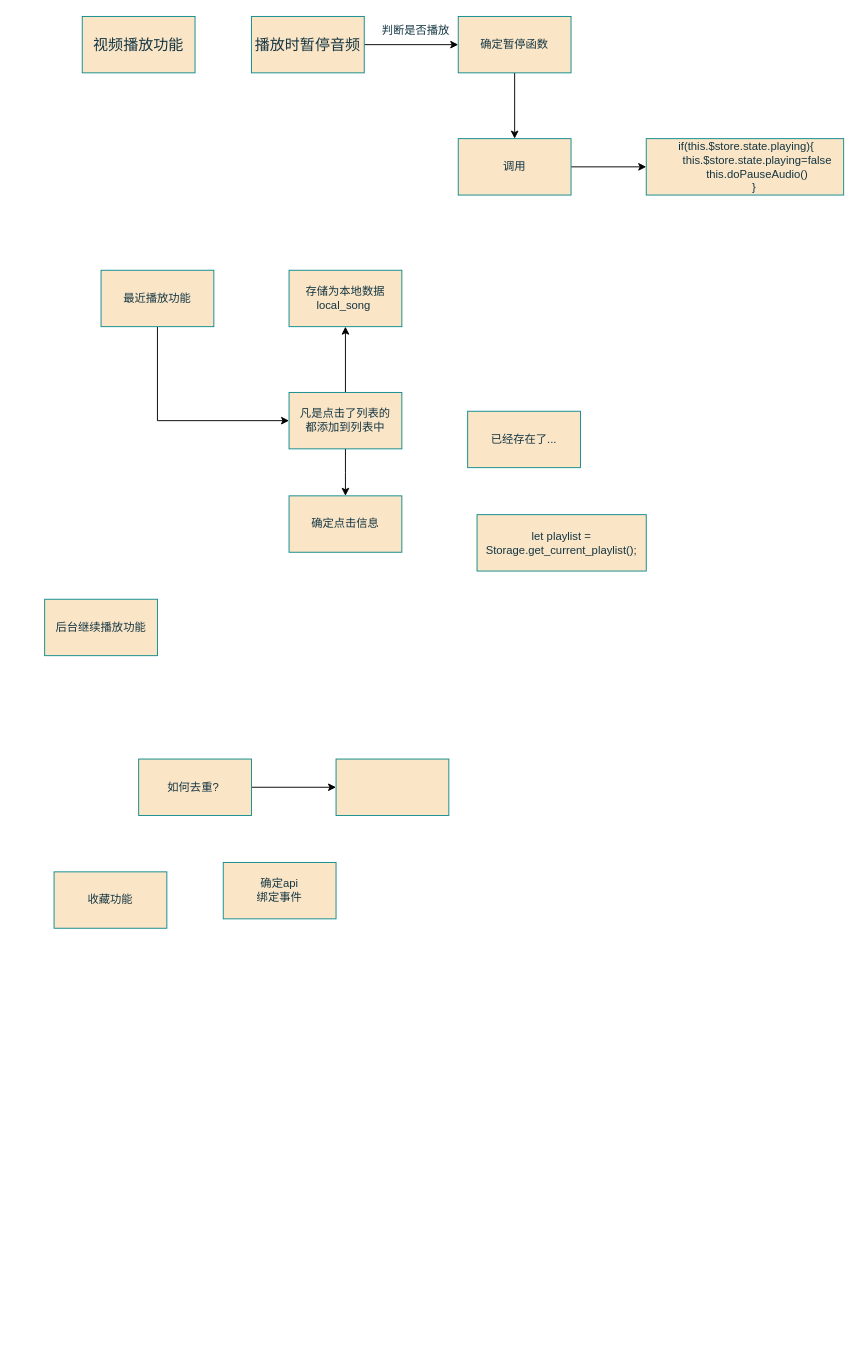
Earlier version of the draw.io diagram 项目实践.drawio (includexhg/include.github.io). Source tidied: cells renumbered, new cells numbered last; positions are measured from the earlier drawing's top-left corner, leaving out a move shared by most shapes. Both pictures are drawn from the tidied source at 94%, with x=0, y=0 at pixel (44, 16).
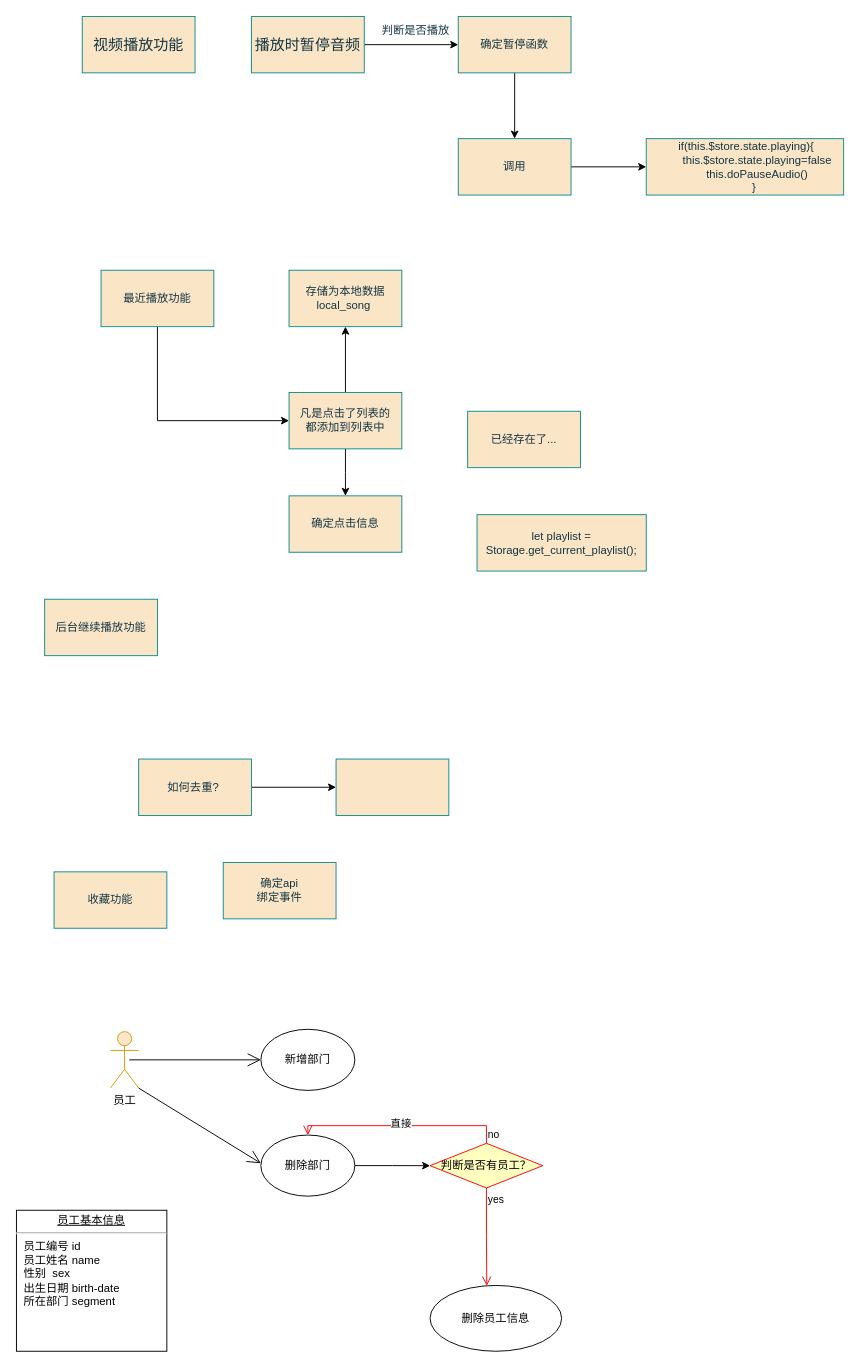
The same diagram, later.

Commit message:
更新项目实践.drawio

Change to the diagram source:
```diff
@@
+    <mxCell id="26" value="员工" style="shape=umlActor;verticalLabelPosition=bottom;verticalAlign=top;html=1;fillColor=#ffe6cc;strokeColor=#d79b00;" parent="1" vertex="1">
+      <mxGeometry x="70" y="1080" width="30" height="60" as="geometry" />
+    </mxCell>
+    <mxCell id="27" value="新增部门" style="ellipse;whiteSpace=wrap;html=1;" parent="1" vertex="1">
+      <mxGeometry x="230" y="1077.5" width="100" height="65" as="geometry" />
+    </mxCell>
+    <mxCell id="28" value="&lt;p style=&quot;margin:0px;margin-top:4px;text-align:center;text-decoration:underline;&quot;&gt;员工基本信息&lt;/p&gt;&lt;hr&gt;&lt;p style=&quot;margin:0px;margin-left:8px;&quot;&gt;员工编号 id&lt;br&gt;员工姓名 name&lt;br&gt;性别 &lt;span style=&quot;white-space: pre;&quot;&gt; &lt;/span&gt;sex&lt;/p&gt;&lt;p style=&quot;margin:0px;margin-left:8px;&quot;&gt;出生日期 birth-date&lt;/p&gt;&lt;p style=&quot;margin:0px;margin-left:8px;&quot;&gt;所在部门 segment&lt;/p&gt;" style="verticalAlign=top;align=left;overflow=fill;fontSize=12;fontFamily=Helvetica;html=1;whiteSpace=wrap;" parent="1" vertex="1">
+      <mxGeometry x="-30" y="1270" width="160" height="150" as="geometry" />
+    </mxCell>
+    <mxCell id="29" style="edgeStyle=orthogonalEdgeStyle;rounded=0;jettySize=auto;html=1;" parent="1" edge="1" source="30" target="33">
+      <mxGeometry relative="1" as="geometry" />
+    </mxCell>
+    <mxCell id="30" value="删除部门" style="ellipse;whiteSpace=wrap;html=1;" parent="1" vertex="1">
+      <mxGeometry x="230" y="1190" width="100" height="65" as="geometry" />
+    </mxCell>
+    <mxCell id="31" style="endArrow=open;endFill=1;endSize=12;html=1;rounded=0;exitX=1;exitY=1;exitDx=0;exitDy=0;exitPerimeter=0;" parent="1" edge="1" source="26">
+      <mxGeometry relative="1" as="geometry">
+        <mxPoint x="230" y="1220" as="targetPoint" />
+      </mxGeometry>
+    </mxCell>
+    <mxCell id="32" style="endArrow=open;endFill=1;endSize=12;html=1;rounded=0;entryX=0;entryY=0.5;entryDx=0;entryDy=0;" parent="1" edge="1" target="27">
+      <mxGeometry relative="1" as="geometry">
+        <mxPoint x="90" y="1110" as="sourcePoint" />
+      </mxGeometry>
+    </mxCell>
+    <mxCell id="33" value="判断是否有员工？" style="rhombus;whiteSpace=wrap;html=1;fontColor=#000000;fillColor=#ffffc0;strokeColor=#ff0000;" parent="1" vertex="1">
+      <mxGeometry x="410" y="1198.8" width="120" height="47.5" as="geometry" />
+    </mxCell>
+    <mxCell id="34" value="no" style="edgeStyle=orthogonalEdgeStyle;html=1;align=left;verticalAlign=bottom;endArrow=open;endSize=8;strokeColor=#ff0000;rounded=0;entryX=0.5;entryY=0;entryDx=0;entryDy=0;exitX=0.5;exitY=0;exitDx=0;exitDy=0;" parent="1" edge="1" source="33" target="30">
+      <mxGeometry x="-1" relative="1" as="geometry" />
+    </mxCell>
+    <mxCell id="35" value="直接" style="edgeLabel;html=1;align=center;verticalAlign=middle;" parent="34" vertex="1">
+      <mxGeometry x="-0.19" y="-3" relative="1" as="geometry">
+        <mxPoint x="-21" as="offset" />
+      </mxGeometry>
+    </mxCell>
+    <mxCell id="36" value="yes" style="edgeStyle=orthogonalEdgeStyle;html=1;align=left;verticalAlign=top;endArrow=open;endSize=8;strokeColor=#ff0000;rounded=0;entryX=0.431;entryY=0.007;entryDx=0;entryDy=0;entryPerimeter=0;" parent="1" edge="1" source="33" target="37">
+      <mxGeometry x="-1" relative="1" as="geometry" />
+    </mxCell>
+    <mxCell id="37" value="删除员工信息" style="ellipse;whiteSpace=wrap;html=1;" parent="1" vertex="1">
+      <mxGeometry x="410" y="1350" width="140" height="70" as="geometry" />
+    </mxCell>
```
